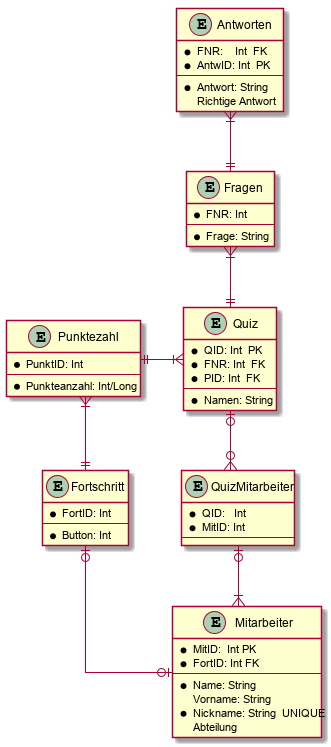
game-admin/game keeps this PlantUML diagram as documentation/diagrams/diagram-classes.png. Above is the earlier version.
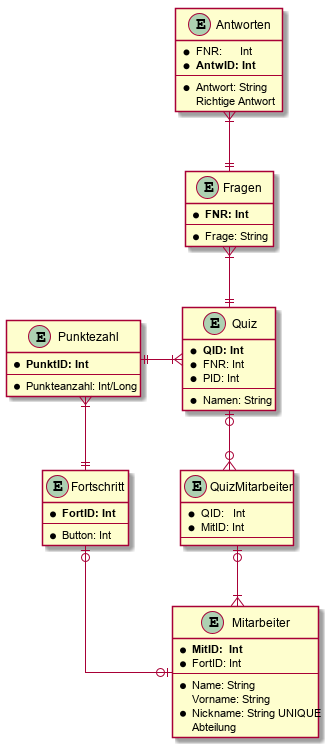
The same file after the commit.

Commit message:
ER-Modell Design changed

Change to the diagram source:
```diff
@@ -2,16 +2,16 @@
 skinparam linetype ortho
 
 entity Punktezahl {
-    * PunktID: Int
+    * **PunktID: Int**
     --
     * Punkteanzahl: Int/Long
 }
 together {
 
     entity Quiz {
-        * QID: Int  PK
-        * FNR: Int  FK
-        * PID: Int  FK
+        * **QID: Int**
+        * FNR: Int
+        * PID: Int
         --
         * Namen: String
     }
@@ -23,32 +23,32 @@
     }
 
     entity Mitarbeiter {
-        * MitID:  Int PK
-        * FortID: Int FK
+        * **MitID:  Int**
+        * FortID: Int
         --
         * Name: String
         Vorname: String
-        * Nickname: String  UNIQUE
+        * Nickname: String UNIQUE
         Abteilung
     }
 
 }
 
 entity Fortschritt {
-    * FortID: Int
+    * **FortID: Int**
     --
     * Button: Int
 }
 
 entity Fragen {
-    * FNR: Int
+    * **FNR: Int**
     --
     * Frage: String
 }
 
 entity Antworten {
-    * FNR:    Int  FK
-    * AntwID: Int  PK
+    * FNR:      Int
+    * **AntwID: Int**
     --
     * Antwort: String
     Richtige Antwort
@@ -66,5 +66,4 @@
 Punktezahl}|--||Fortschritt
 Fortschritt|o--o|Mitarbeiter
 
-
 @enduml
```
